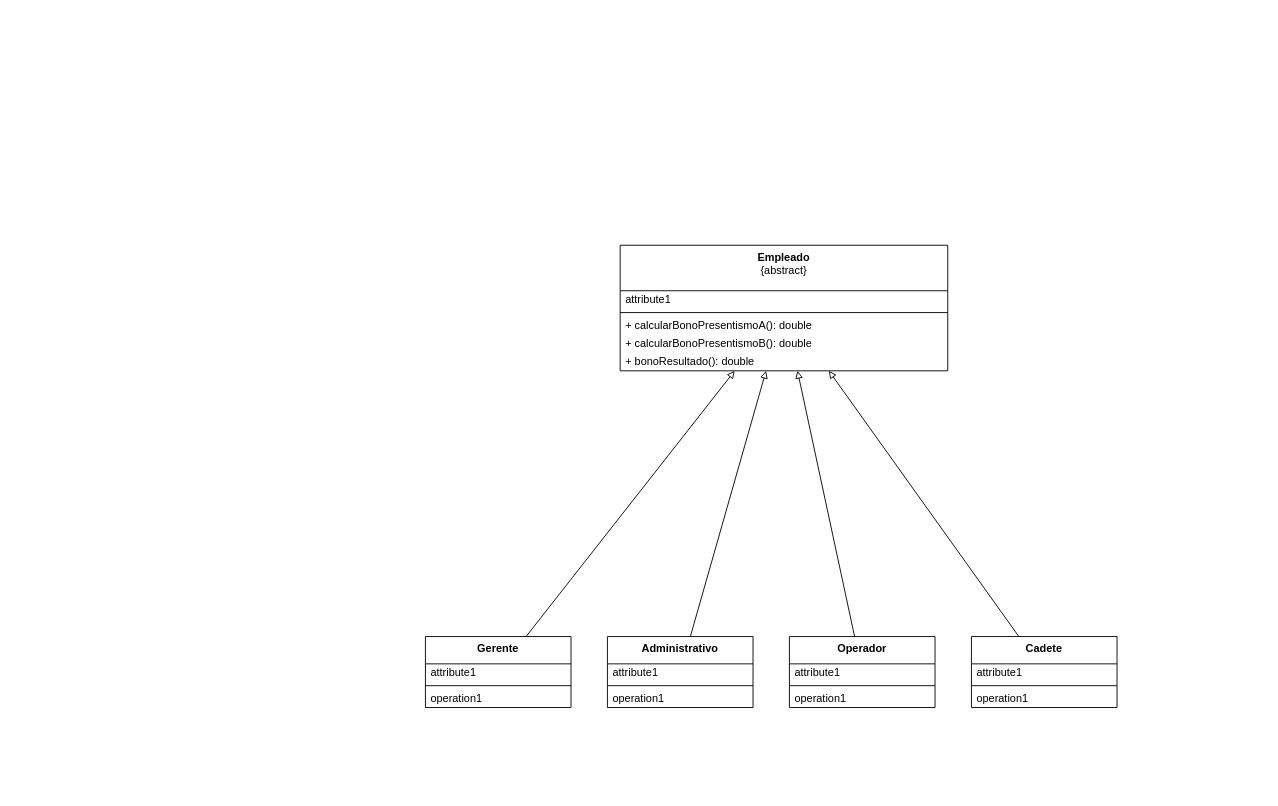
This is src/Herencia/Herencia02_sueldos/Herencia02_CS.dio from gastonjavierricchiardi/ejercicios-csharp-utn-2026, a draw.io file, before an edit. Source tidied: cells renumbered, new cells numbered last; positions are measured from the earlier drawing's top-left corner, leaving out a move shared by most shapes. Both pictures are drawn from the tidied source at 91%, with x=0, y=0 at pixel (425, 245).
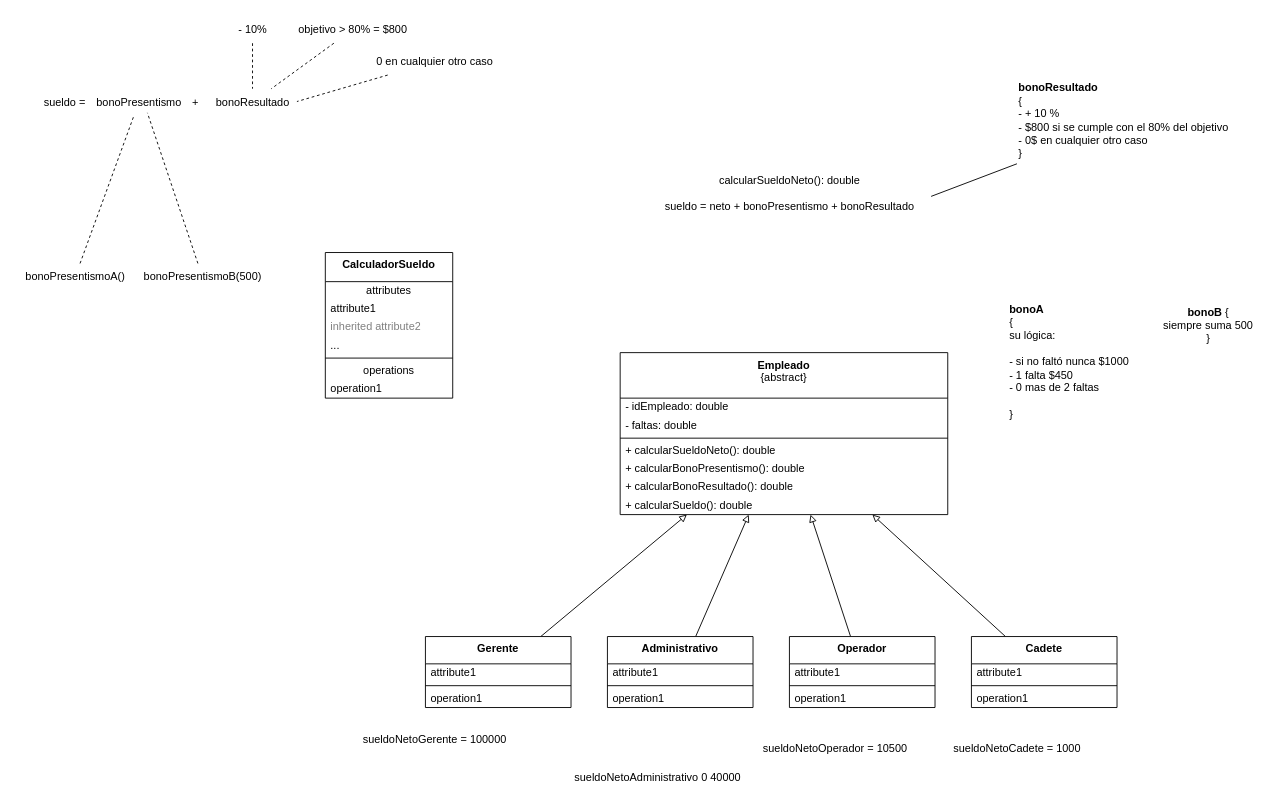
The same diagram, later.

What changed in the source:
```diff
@@
     <mxCell id="2" value="&lt;b&gt;Empleado&lt;/b&gt;&lt;br&gt;{abstract}" style="swimlane;fontStyle=0;align=center;verticalAlign=top;horizontal=1;startSize=50;html=1;whiteSpace=wrap;" parent="1" vertex="1">
-      <mxGeometry x="214" width="360" height="138" as="geometry" />
+      <mxGeometry x="214" y="118" width="360" height="178" as="geometry" />
     </mxCell>
-    <mxCell id="3" value="attribute1" style="text;html=1;strokeColor=none;fillColor=none;align=left;verticalAlign=middle;spacingLeft=4;spacingRight=4;overflow=hidden;whiteSpace=wrap;" parent="2" vertex="1">
+    <mxCell id="3" value="- idEmpleado: double" style="text;html=1;strokeColor=none;fillColor=none;align=left;verticalAlign=middle;spacingLeft=4;spacingRight=4;overflow=hidden;whiteSpace=wrap;" parent="2" vertex="1">
       <mxGeometry y="50" width="360" height="20" as="geometry" />
     </mxCell>
+    <mxCell id="28" value="- faltas: double" style="text;html=1;strokeColor=none;fillColor=none;align=left;verticalAlign=middle;spacingLeft=4;spacingRight=4;overflow=hidden;whiteSpace=wrap;" parent="2" vertex="1">
+      <mxGeometry y="70" width="360" height="20" as="geometry" />
+    </mxCell>
     <mxCell id="4" style="line;strokeWidth=1;fillColor=none;align=left;verticalAlign=middle;spacingTop=-1;spacingLeft=3;spacingRight=3;labelPosition=right;" parent="2" vertex="1">
-      <mxGeometry y="70" width="360" height="8" as="geometry" />
+      <mxGeometry y="90" width="360" height="8" as="geometry" />
     </mxCell>
-    <mxCell id="5" value="+ calcularBonoPresentismoA(): double" style="text;html=1;strokeColor=none;fillColor=none;align=left;verticalAlign=middle;spacingLeft=4;spacingRight=4;overflow=hidden;whiteSpace=wrap;" parent="2" vertex="1">
-      <mxGeometry y="78" width="360" height="20" as="geometry" />
+    <mxCell id="5" value="+ calcularSueldoNeto(): double" style="text;html=1;strokeColor=none;fillColor=none;align=left;verticalAlign=middle;spacingLeft=4;spacingRight=4;overflow=hidden;whiteSpace=wrap;" parent="2" vertex="1">
+      <mxGeometry y="98" width="360" height="20" as="geometry" />
     </mxCell>
+    <mxCell id="7" value="+ calcularBonoPresentismo(): double" style="text;html=1;strokeColor=none;fillColor=none;align=left;verticalAlign=middle;spacingLeft=4;spacingRight=4;overflow=hidden;whiteSpace=wrap;" parent="2" vertex="1">
+      <mxGeometry y="118" width="360" height="20" as="geometry" />
+    </mxCell>
-    <mxCell id="6" value="+ calcularBonoPresentismoB(): double" style="text;html=1;strokeColor=none;fillColor=none;align=left;verticalAlign=middle;spacingLeft=4;spacingRight=4;overflow=hidden;whiteSpace=wrap;" parent="2" vertex="1">
-      <mxGeometry y="98" width="360" height="20" as="geometry" />
+    <mxCell id="6" value="+ calcularBonoResultado(): double" style="text;html=1;strokeColor=none;fillColor=none;align=left;verticalAlign=middle;spacingLeft=4;spacingRight=4;overflow=hidden;whiteSpace=wrap;" parent="2" vertex="1">
+      <mxGeometry y="138" width="360" height="20" as="geometry" />
     </mxCell>
-    <mxCell id="7" value="+ bonoResultado(): double" style="text;html=1;strokeColor=none;fillColor=none;align=left;verticalAlign=middle;spacingLeft=4;spacingRight=4;overflow=hidden;whiteSpace=wrap;" parent="2" vertex="1">
-      <mxGeometry y="118" width="360" height="20" as="geometry" />
-    </mxCell>
+    <mxCell id="29" value="+ calcularSueldo(): double" style="text;html=1;strokeColor=none;fillColor=none;align=left;verticalAlign=middle;spacingLeft=4;spacingRight=4;overflow=hidden;whiteSpace=wrap;" parent="2" vertex="1">
+      <mxGeometry y="158" width="360" height="20" as="geometry" />
+    </mxCell>
@@
+    <mxCell id="30" value="sueldoNetoGerente = 100000" style="text;html=1;align=center;verticalAlign=middle;strokeColor=none;fillColor=none;" parent="1" vertex="1">
+      <mxGeometry x="-80" y="528" width="180" height="30" as="geometry" />
+    </mxCell>
+    <mxCell id="31" value="sueldoNetoAdministrativo 0 40000" style="text;html=1;align=center;verticalAlign=middle;strokeColor=none;fillColor=none;" parent="1" vertex="1">
+      <mxGeometry x="150" y="570" width="210" height="30" as="geometry" />
+    </mxCell>
+    <mxCell id="32" value="sueldoNetoOperador = 10500" style="text;html=1;align=center;verticalAlign=middle;strokeColor=none;fillColor=none;" parent="1" vertex="1">
+      <mxGeometry x="360" y="538" width="180" height="30" as="geometry" />
+    </mxCell>
+    <mxCell id="33" value="sueldoNetoCadete = 1000" style="text;html=1;align=center;verticalAlign=middle;strokeColor=none;fillColor=none;" parent="1" vertex="1">
+      <mxGeometry x="570" y="538" width="160" height="30" as="geometry" />
+    </mxCell>
+    <mxCell id="34" value="&lt;b&gt;bonoA&lt;/b&gt;&lt;div&gt;&lt;b&gt;&lt;/b&gt;{&lt;/div&gt;&lt;div&gt;&lt;div&gt;su lógica:&lt;/div&gt;&lt;div&gt;&lt;br&gt;&lt;/div&gt;&lt;div&gt;- si no faltó nunca $1000&lt;/div&gt;&lt;div&gt;- 1 falta $450&lt;/div&gt;&lt;div&gt;- 0 mas de 2 faltas&lt;/div&gt;&lt;div&gt;&lt;br&gt;&lt;/div&gt;&lt;div&gt;}&lt;/div&gt;&lt;/div&gt;" style="text;html=1;align=left;verticalAlign=middle;strokeColor=none;fillColor=none;" parent="1" vertex="1">
+      <mxGeometry x="640" y="58" width="150" height="140" as="geometry" />
+    </mxCell>
+    <mxCell id="35" value="&lt;b&gt;bonoB &lt;/b&gt;{&lt;div&gt;siempre suma 500&lt;/div&gt;&lt;div&gt;}&lt;/div&gt;" style="text;html=1;align=center;verticalAlign=middle;strokeColor=none;fillColor=none;" parent="1" vertex="1">
+      <mxGeometry x="800" y="58" width="120" height="60" as="geometry" />
+    </mxCell>
+    <mxCell id="36" value="&lt;b&gt;bonoResultado&lt;/b&gt;&lt;div&gt;&lt;b&gt;&lt;/b&gt;{&lt;br&gt;&lt;div&gt;- + 10 %&lt;/div&gt;&lt;div&gt;- $800 si se cumple con el 80% del objetivo&lt;/div&gt;&lt;div&gt;- 0$ en cualquier otro caso&lt;/div&gt;&lt;div&gt;}&lt;/div&gt;&lt;/div&gt;" style="text;html=1;align=left;verticalAlign=middle;points=[];strokeColor=none;fillColor=none;" parent="1" vertex="1">
+      <mxGeometry x="650" y="-187" width="250" height="100" as="geometry" />
+    </mxCell>
+    <mxCell id="37" value="calcularSueldoNeto(): double&lt;div&gt;&lt;font color=&quot;#000000&quot;&gt;&lt;br&gt;&lt;/font&gt;&lt;div&gt;sueldo = neto + bonoPresentismo + bonoResultado&lt;/div&gt;&lt;/div&gt;" style="text;html=1;align=center;verticalAlign=middle;points=[];strokeColor=none;fillColor=none;" parent="1" vertex="1">
+      <mxGeometry x="250" y="-87" width="300" height="60" as="geometry" />
+    </mxCell>
+    <mxCell id="38" style="edgeStyle=none;html=1;entryX=1.019;entryY=0.555;entryDx=0;entryDy=0;entryPerimeter=0;endArrow=none;endFill=0;" parent="1" edge="1" source="36" target="37">
+      <mxGeometry relative="1" as="geometry" />
+    </mxCell>
+    <mxCell id="39" value="sueldo =&amp;nbsp;" style="text;html=1;align=center;verticalAlign=middle;strokeColor=none;fillColor=none;" parent="1" vertex="1">
+      <mxGeometry x="-430" y="-172" width="70" height="30" as="geometry" />
+    </mxCell>
+    <mxCell id="40" value="bonoPresentismo" style="text;html=1;align=center;verticalAlign=middle;points=[];strokeColor=none;fillColor=none;" parent="1" vertex="1">
+      <mxGeometry x="-375" y="-172" width="120" height="30" as="geometry" />
+    </mxCell>
+    <mxCell id="41" value="+" style="text;html=1;align=center;verticalAlign=middle;strokeColor=none;fillColor=none;" parent="1" vertex="1">
+      <mxGeometry x="-268" y="-172" width="30" height="30" as="geometry" />
+    </mxCell>
+    <mxCell id="42" value="bonoResultado" style="text;html=1;align=center;verticalAlign=middle;points=[];strokeColor=none;fillColor=none;" parent="1" vertex="1">
+      <mxGeometry x="-240" y="-172" width="100" height="30" as="geometry" />
+    </mxCell>
+    <mxCell id="43" style="edgeStyle=none;html=1;endArrow=none;endFill=0;dashed=1;" parent="1" edge="1" source="44" target="40">
+      <mxGeometry relative="1" as="geometry" />
+    </mxCell>
+    <mxCell id="44" value="bonoPresentismoA()" style="text;html=1;align=center;verticalAlign=middle;points=[];strokeColor=none;fillColor=none;" parent="1" vertex="1">
+      <mxGeometry x="-450" y="20" width="130" height="30" as="geometry" />
+    </mxCell>
+    <mxCell id="45" value="bonoPresentismoB(500)" style="text;html=1;align=center;verticalAlign=middle;points=[];strokeColor=none;fillColor=none;" parent="1" vertex="1">
+      <mxGeometry x="-320" y="20" width="150" height="30" as="geometry" />
+    </mxCell>
+    <mxCell id="46" style="edgeStyle=none;html=1;entryX=0.579;entryY=0.883;entryDx=0;entryDy=0;entryPerimeter=0;endArrow=none;endFill=0;dashed=1;" parent="1" edge="1" source="45" target="40">
+      <mxGeometry relative="1" as="geometry" />
+    </mxCell>
+    <mxCell id="47" style="edgeStyle=none;html=1;endArrow=none;endFill=0;dashed=1;" parent="1" edge="1" source="48" target="42">
+      <mxGeometry relative="1" as="geometry" />
+    </mxCell>
+    <mxCell id="48" value="- 10%" style="text;html=1;align=center;verticalAlign=middle;points=[];strokeColor=none;fillColor=none;" parent="1" vertex="1">
+      <mxGeometry x="-215" y="-252" width="50" height="30" as="geometry" />
+    </mxCell>
+    <mxCell id="49" style="edgeStyle=none;html=1;endArrow=none;endFill=0;dashed=1;" parent="1" edge="1" source="50" target="42">
+      <mxGeometry relative="1" as="geometry" />
+    </mxCell>
+    <mxCell id="50" value="objetivo &amp;gt; 80% = $800" style="text;html=1;align=center;verticalAlign=middle;points=[];strokeColor=none;fillColor=none;" parent="1" vertex="1">
+      <mxGeometry x="-150" y="-252" width="140" height="30" as="geometry" />
+    </mxCell>
+    <mxCell id="51" value="0 en cualquier otro caso" style="text;html=1;align=center;verticalAlign=middle;points=[];strokeColor=none;fillColor=none;" parent="1" vertex="1">
+      <mxGeometry x="-65" y="-217" width="150" height="30" as="geometry" />
+    </mxCell>
+    <mxCell id="52" style="edgeStyle=none;html=1;entryX=0.988;entryY=0.469;entryDx=0;entryDy=0;entryPerimeter=0;endArrow=none;endFill=0;dashed=1;" parent="1" edge="1" source="51" target="42">
+      <mxGeometry relative="1" as="geometry" />
+    </mxCell>
+    <mxCell id="53" value="&lt;b&gt;CalculadorSueldo&lt;/b&gt;" style="swimlane;fontStyle=0;align=center;verticalAlign=top;horizontal=1;startSize=32;html=1;whiteSpace=wrap;" parent="1" vertex="1">
+      <mxGeometry x="-110" y="8" width="140" height="160" as="geometry" />
+    </mxCell>
+    <mxCell id="54" value="attributes" style="text;html=1;strokeColor=none;fillColor=none;align=center;verticalAlign=middle;spacingLeft=4;spacingRight=4;overflow=hidden;whiteSpace=wrap;" parent="53" vertex="1">
+      <mxGeometry y="32" width="140" height="20" as="geometry" />
+    </mxCell>
+    <mxCell id="55" value="attribute1" style="text;html=1;strokeColor=none;fillColor=none;align=left;verticalAlign=middle;spacingLeft=4;spacingRight=4;overflow=hidden;whiteSpace=wrap;" parent="53" vertex="1">
+      <mxGeometry y="52" width="140" height="20" as="geometry" />
+    </mxCell>
+    <mxCell id="56" value="inherited attribute2" style="text;html=1;strokeColor=none;fillColor=none;align=left;verticalAlign=middle;spacingLeft=4;spacingRight=4;overflow=hidden;fontColor=#808080;whiteSpace=wrap;" parent="53" vertex="1">
+      <mxGeometry y="72" width="140" height="20" as="geometry" />
+    </mxCell>
+    <mxCell id="57" value="..." style="text;html=1;strokeColor=none;fillColor=none;align=left;verticalAlign=middle;spacingLeft=4;spacingRight=4;overflow=hidden;whiteSpace=wrap;" parent="53" vertex="1">
+      <mxGeometry y="92" width="140" height="20" as="geometry" />
+    </mxCell>
+    <mxCell id="58" style="line;strokeWidth=1;fillColor=none;align=left;verticalAlign=middle;spacingTop=-1;spacingLeft=3;spacingRight=3;labelPosition=right;" parent="53" vertex="1">
+      <mxGeometry y="112" width="140" height="8" as="geometry" />
+    </mxCell>
+    <mxCell id="59" value="operations" style="text;html=1;strokeColor=none;fillColor=none;align=center;verticalAlign=middle;spacingLeft=4;spacingRight=4;overflow=hidden;whiteSpace=wrap;" parent="53" vertex="1">
+      <mxGeometry y="120" width="140" height="20" as="geometry" />
+    </mxCell>
+    <mxCell id="60" value="operation1" style="text;html=1;strokeColor=none;fillColor=none;align=left;verticalAlign=middle;spacingLeft=4;spacingRight=4;overflow=hidden;whiteSpace=wrap;" parent="53" vertex="1">
+      <mxGeometry y="140" width="140" height="20" as="geometry" />
+    </mxCell>
```
